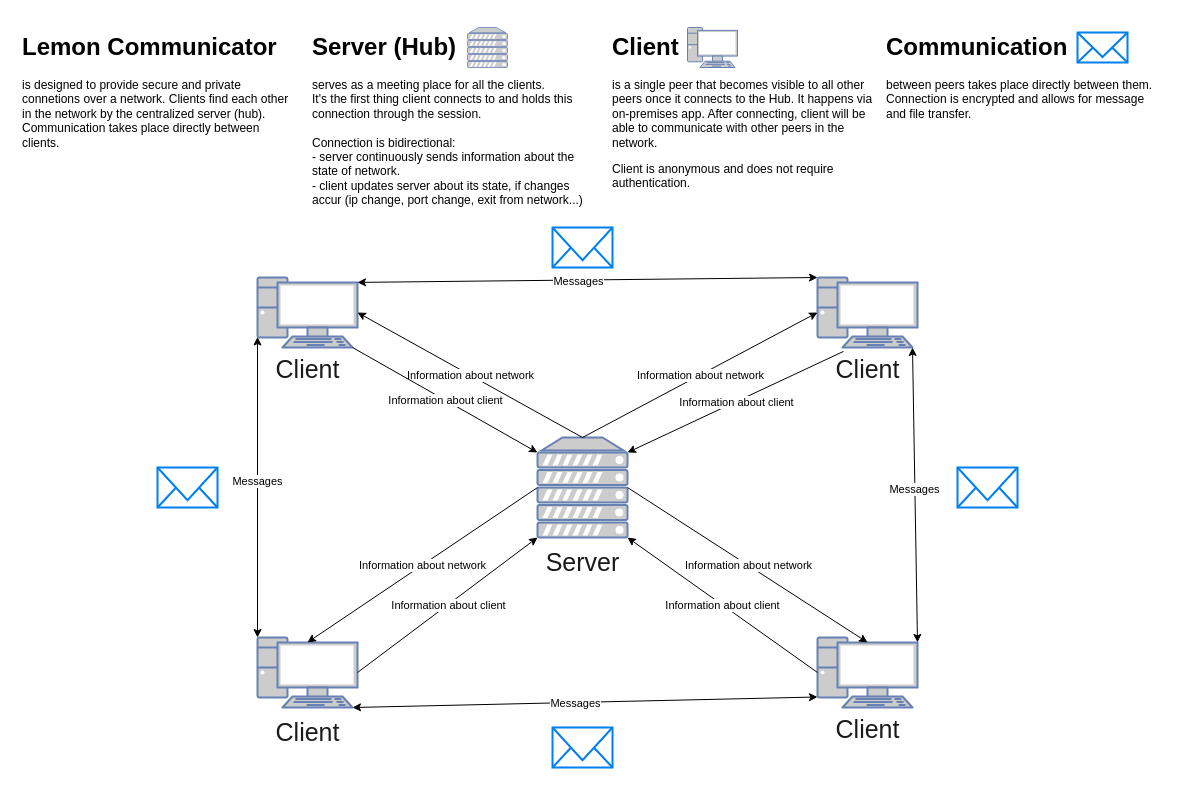
Earlier version of the draw.io diagram LemonComm.drawio (FluffyLuke/lemon_communicator). Source tidied: cells renumbered, new cells numbered last; positions are measured from the earlier drawing's top-left corner, leaving out a move shared by most shapes. Both pictures are drawn from the tidied source at 100%, with x=0, y=0 at pixel (17, 27).
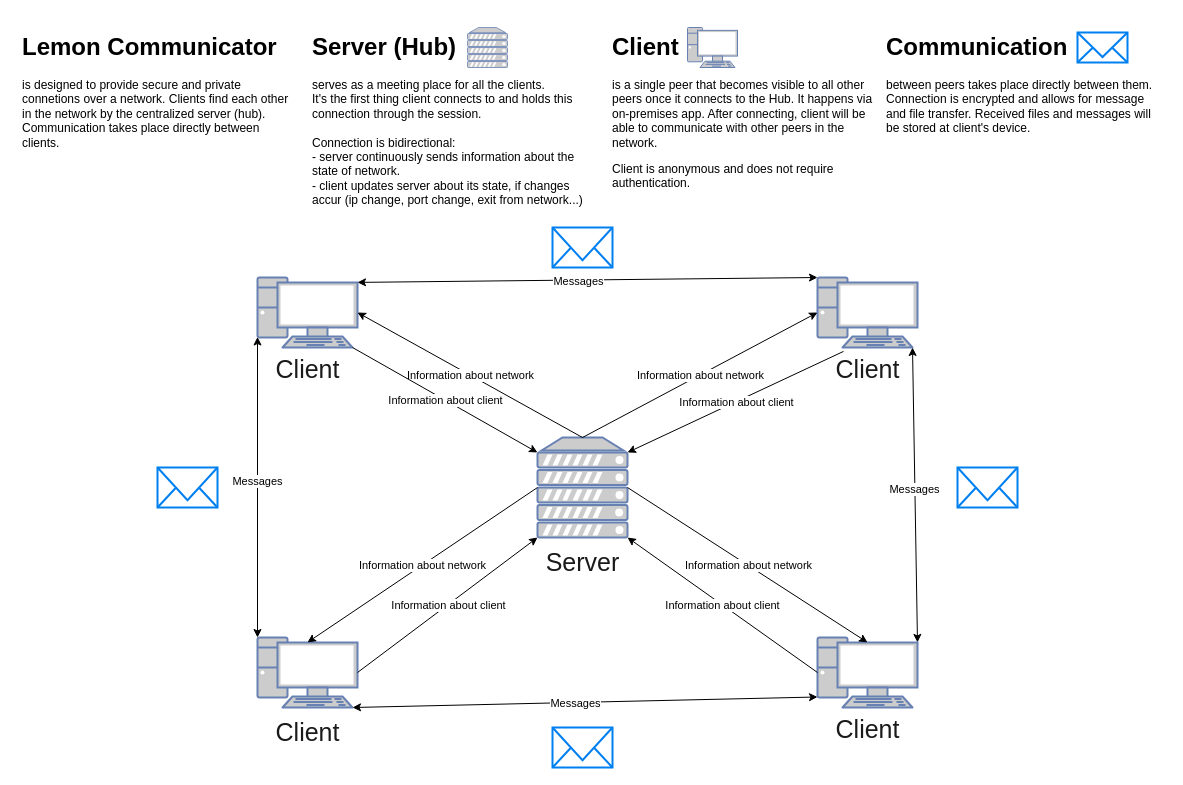
After the change.

What changed in the source:
```diff
@@
-    <mxCell id="40" value="&lt;h1&gt;Communication&lt;/h1&gt;&lt;p&gt;between peers takes place directly between them. Connection is encrypted and allows for message and file transfer.&lt;/p&gt;" style="text;html=1;strokeColor=none;fillColor=none;spacing=5;spacingTop=-20;whiteSpace=wrap;overflow=hidden;rounded=0;" parent="1" vertex="1">
+    <mxCell id="40" value="&lt;h1&gt;Communication&lt;/h1&gt;&lt;p&gt;between peers takes place directly between them. Connection is encrypted and allows for message and file transfer. Received files and messages will be stored at client's device.&lt;/p&gt;" style="text;html=1;strokeColor=none;fillColor=none;spacing=5;spacingTop=-20;whiteSpace=wrap;overflow=hidden;rounded=0;" parent="1" vertex="1">
       <mxGeometry x="864" width="285" height="180" as="geometry" />
     </mxCell>
```
